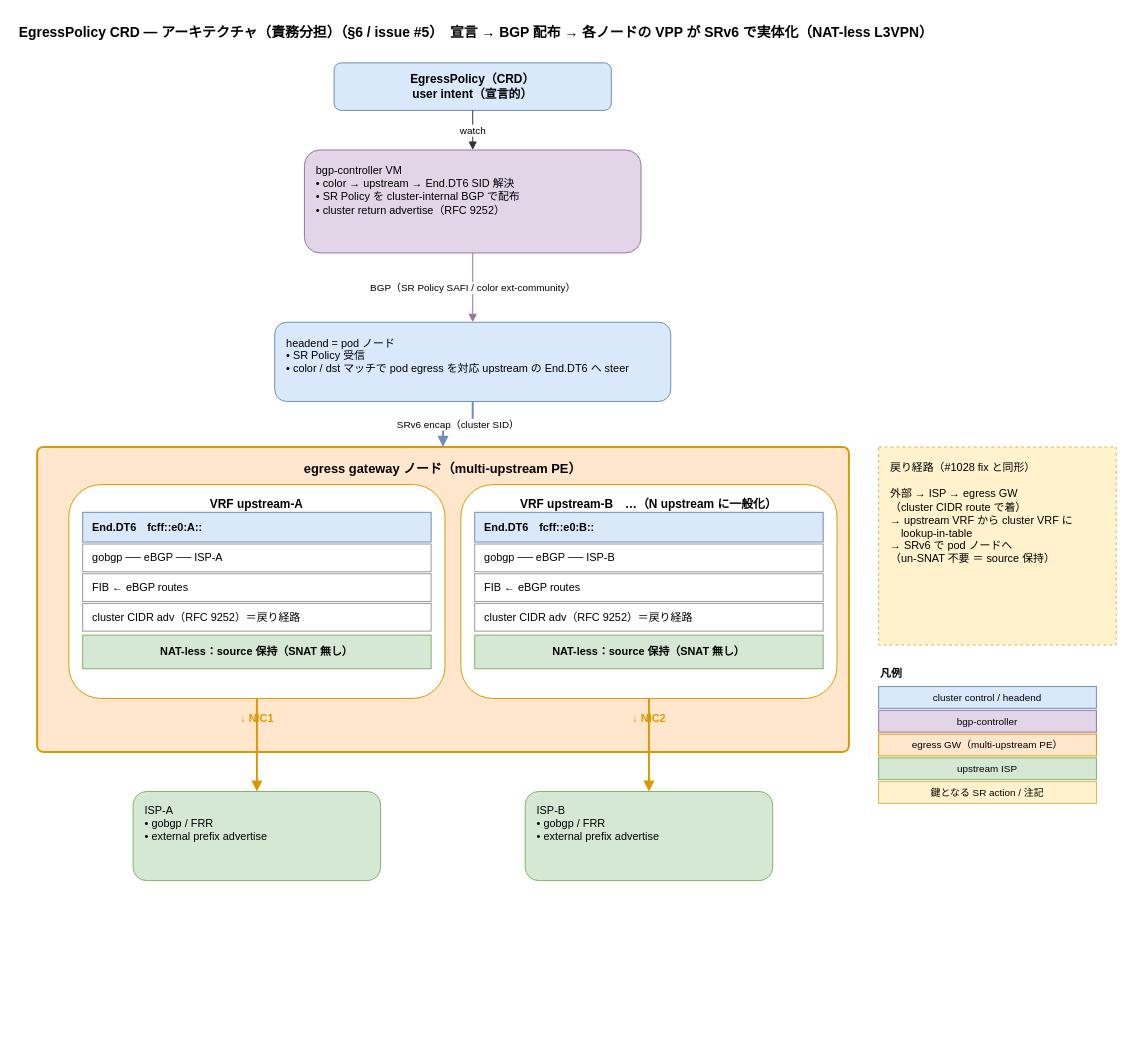
Above: srv6egress/docs/arch-responsibility.drawio in ryskn/vpp-dataplane (draw.io), before the change. Source tidied: cells renumbered, new cells numbered last; positions are measured from the earlier drawing's top-left corner, leaving out a move shared by most shapes. Both pictures are drawn from the tidied source at 99%, with x=0, y=0 at pixel (17, 17).
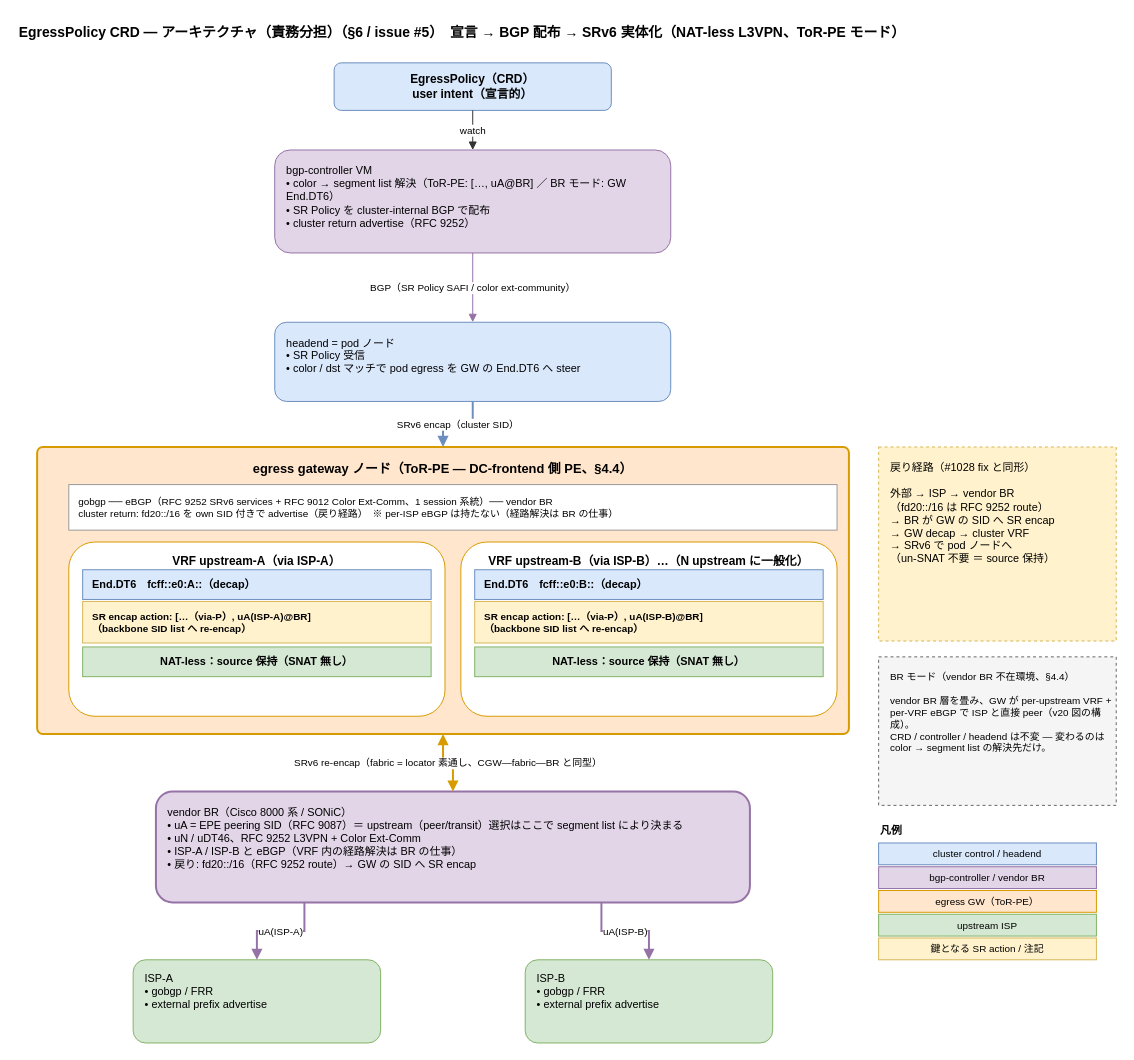
After the change.

Commit message (it also covers changes not shown here):
docs(srv6egress): update issue #5 architecture figures to ToR-PE (v22)

Diff of the diagram source:
```diff
@@
-    <mxCell id="2" value="EgressPolicy CRD — アーキテクチャ（責務分担）（§6 / issue #5）　宣言 → BGP 配布 → 各ノードの VPP が SRv6 で実体化（NAT-less L3VPN）" style="text;html=1;align=left;verticalAlign=middle;fontSize=14;fontStyle=1;" parent="1" vertex="1">
+    <mxCell id="2" value="EgressPolicy CRD — アーキテクチャ（責務分担）（§6 / issue #5）　宣言 → BGP 配布 → SRv6 実体化（NAT-less L3VPN、ToR-PE モード）" style="text;html=1;align=left;verticalAlign=middle;fontSize=14;fontStyle=1;" parent="1" vertex="1">
       <mxGeometry width="1100" height="30" as="geometry" />
     </mxCell>
@@
-    <mxCell id="4" value="bgp-controller VM&#10;• color → upstream → End.DT6 SID 解決&#10;• SR Policy を cluster-internal BGP で配布&#10;• cluster return advertise（RFC 9252）" style="rounded=1;whiteSpace=wrap;html=1;fillColor=#e1d5e7;strokeColor=#9673a6;align=left;verticalAlign=top;fontSize=11;spacingLeft=10;spacingTop=8;" parent="1" vertex="1">
-      <mxGeometry x="290" y="134" width="340" height="104" as="geometry" />
+    <mxCell id="4" value="bgp-controller VM&#10;• color → segment list 解決（ToR-PE: […, uA@BR] ／ BR モード: GW End.DT6）&#10;• SR Policy を cluster-internal BGP で配布&#10;• cluster return advertise（RFC 9252）" style="rounded=1;whiteSpace=wrap;html=1;fillColor=#e1d5e7;strokeColor=#9673a6;align=left;verticalAlign=top;fontSize=11;spacingLeft=10;spacingTop=8;" parent="1" vertex="1">
+      <mxGeometry x="260" y="134" width="400" height="104" as="geometry" />
     </mxCell>
-    <mxCell id="5" value="headend = pod ノード&#10;• SR Policy 受信&#10;• color / dst マッチで pod egress を対応 upstream の End.DT6 へ steer" style="rounded=1;whiteSpace=wrap;html=1;fillColor=#dae8fc;strokeColor=#6c8ebf;align=left;verticalAlign=top;fontSize=11;fontStyle=0;spacingLeft=10;spacingTop=8;" parent="1" vertex="1">
+    <mxCell id="5" value="headend = pod ノード&#10;• SR Policy 受信&#10;• color / dst マッチで pod egress を GW の End.DT6 へ steer" style="rounded=1;whiteSpace=wrap;html=1;fillColor=#dae8fc;strokeColor=#6c8ebf;align=left;verticalAlign=top;fontSize=11;fontStyle=0;spacingLeft=10;spacingTop=8;" parent="1" vertex="1">
       <mxGeometry x="260" y="308" width="400" height="80" as="geometry" />
     </mxCell>
-    <mxCell id="6" value="egress gateway ノード（multi-upstream PE）" style="rounded=1;whiteSpace=wrap;html=1;fillColor=#ffe6cc;strokeColor=#d79b00;strokeWidth=2;align=center;verticalAlign=top;fontSize=13;fontStyle=1;spacingTop=8;arcSize=2;" parent="1" vertex="1">
-      <mxGeometry x="20" y="434" width="820" height="308" as="geometry" />
+    <mxCell id="6" value="egress gateway ノード（ToR-PE ― DC-frontend 側 PE、§4.4）" style="rounded=1;whiteSpace=wrap;html=1;fillColor=#ffe6cc;strokeColor=#d79b00;strokeWidth=2;align=center;verticalAlign=top;fontSize=13;fontStyle=1;spacingTop=8;arcSize=2;" parent="1" vertex="1">
+      <mxGeometry x="20" y="434" width="820" height="290" as="geometry" />
     </mxCell>
+    <mxCell id="35" value="gobgp ── eBGP（RFC 9252 SRv6 services + RFC 9012 Color Ext-Comm、1 session 系統）── vendor BR&#10;cluster return: fd20::/16 を own SID 付きで advertise（戻り経路）　※ per-ISP eBGP は持たない（経路解決は BR の仕事）" style="rounded=0;whiteSpace=wrap;html=1;fillColor=#ffffff;strokeColor=#999999;align=left;verticalAlign=middle;fontSize=10;spacingLeft=8;" parent="1" vertex="1">
+      <mxGeometry x="52" y="472" width="776" height="46" as="geometry" />
+    </mxCell>
-    <mxCell id="7" value="VRF upstream-A" style="rounded=1;whiteSpace=wrap;html=1;fillColor=#ffffff;strokeColor=#d79b00;align=center;verticalAlign=top;fontSize=12;fontStyle=1;spacingTop=6;" parent="1" vertex="1">
-      <mxGeometry x="52" y="472" width="380" height="216" as="geometry" />
+    <mxCell id="7" value="VRF upstream-A（via ISP-A）" style="rounded=1;whiteSpace=wrap;html=1;fillColor=#ffffff;strokeColor=#d79b00;align=center;verticalAlign=top;fontSize=12;fontStyle=1;spacingTop=6;" parent="1" vertex="1">
+      <mxGeometry x="52" y="530" width="380" height="176" as="geometry" />
     </mxCell>
-    <mxCell id="8" value="VRF upstream-B　…（N upstream に一般化）" style="rounded=1;whiteSpace=wrap;html=1;fillColor=#ffffff;strokeColor=#d79b00;align=center;verticalAlign=top;fontSize=12;fontStyle=1;spacingTop=6;" parent="1" vertex="1">
-      <mxGeometry x="448" y="472" width="380" height="216" as="geometry" />
+    <mxCell id="8" value="VRF upstream-B（via ISP-B）…（N upstream に一般化）" style="rounded=1;whiteSpace=wrap;html=1;fillColor=#ffffff;strokeColor=#d79b00;align=center;verticalAlign=top;fontSize=12;fontStyle=1;spacingTop=6;" parent="1" vertex="1">
+      <mxGeometry x="448" y="530" width="380" height="176" as="geometry" />
     </mxCell>
-    <mxCell id="9" value="End.DT6　fcff::e0:A::" style="rounded=0;whiteSpace=wrap;html=1;fillColor=#dae8fc;strokeColor=#6c8ebf;align=left;verticalAlign=middle;fontSize=11;fontStyle=1;spacingLeft=8;" parent="1" vertex="1">
-      <mxGeometry x="66" y="500" width="352" height="30" as="geometry" />
+    <mxCell id="9" value="End.DT6　fcff::e0:A::（decap）" style="rounded=0;whiteSpace=wrap;html=1;fillColor=#dae8fc;strokeColor=#6c8ebf;align=left;verticalAlign=middle;fontSize=11;fontStyle=1;spacingLeft=8;" parent="1" vertex="1">
+      <mxGeometry x="66" y="558" width="352" height="30" as="geometry" />
     </mxCell>
-    <mxCell id="10" value="gobgp ── eBGP ── ISP-A" style="rounded=0;whiteSpace=wrap;html=1;fillColor=#ffffff;strokeColor=#999999;align=left;verticalAlign=middle;fontSize=11;spacingLeft=8;" parent="1" vertex="1">
-      <mxGeometry x="66" y="532" width="352" height="28" as="geometry" />
-    </mxCell>
-    <mxCell id="11" value="FIB ← eBGP routes" style="rounded=0;whiteSpace=wrap;html=1;fillColor=#ffffff;strokeColor=#999999;align=left;verticalAlign=middle;fontSize=11;spacingLeft=8;" parent="1" vertex="1">
-      <mxGeometry x="66" y="562" width="352" height="28" as="geometry" />
-    </mxCell>
-    <mxCell id="12" value="cluster CIDR adv（RFC 9252）＝戻り経路" style="rounded=0;whiteSpace=wrap;html=1;fillColor=#ffffff;strokeColor=#999999;align=left;verticalAlign=middle;fontSize=11;spacingLeft=8;" parent="1" vertex="1">
-      <mxGeometry x="66" y="592" width="352" height="28" as="geometry" />
-    </mxCell>
+    <mxCell id="36" value="SR encap action: […（via-P）, uA(ISP-A)@BR]&#10;（backbone SID list へ re-encap）" style="rounded=0;whiteSpace=wrap;html=1;fillColor=#fff2cc;strokeColor=#d6b656;align=left;verticalAlign=middle;fontSize=10;fontStyle=1;spacingLeft=8;" parent="1" vertex="1">
+      <mxGeometry x="66" y="590" width="352" height="42" as="geometry" />
+    </mxCell>
     <mxCell id="13" value="NAT-less：source 保持（SNAT 無し）" style="rounded=0;whiteSpace=wrap;html=1;fillColor=#d5e8d4;strokeColor=#82b366;align=center;verticalAlign=middle;fontSize=11;fontStyle=1;" parent="1" vertex="1">
-      <mxGeometry x="66" y="624" width="352" height="34" as="geometry" />
+      <mxGeometry x="66" y="636" width="352" height="30" as="geometry" />
     </mxCell>
-    <mxCell id="14" value="End.DT6　fcff::e0:B::" style="rounded=0;whiteSpace=wrap;html=1;fillColor=#dae8fc;strokeColor=#6c8ebf;align=left;verticalAlign=middle;fontSize=11;fontStyle=1;spacingLeft=8;" parent="1" vertex="1">
-      <mxGeometry x="462" y="500" width="352" height="30" as="geometry" />
+    <mxCell id="14" value="End.DT6　fcff::e0:B::（decap）" style="rounded=0;whiteSpace=wrap;html=1;fillColor=#dae8fc;strokeColor=#6c8ebf;align=left;verticalAlign=middle;fontSize=11;fontStyle=1;spacingLeft=8;" parent="1" vertex="1">
+      <mxGeometry x="462" y="558" width="352" height="30" as="geometry" />
     </mxCell>
-    <mxCell id="15" value="gobgp ── eBGP ── ISP-B" style="rounded=0;whiteSpace=wrap;html=1;fillColor=#ffffff;strokeColor=#999999;align=left;verticalAlign=middle;fontSize=11;spacingLeft=8;" parent="1" vertex="1">
-      <mxGeometry x="462" y="532" width="352" height="28" as="geometry" />
-    </mxCell>
-    <mxCell id="16" value="FIB ← eBGP routes" style="rounded=0;whiteSpace=wrap;html=1;fillColor=#ffffff;strokeColor=#999999;align=left;verticalAlign=middle;fontSize=11;spacingLeft=8;" parent="1" vertex="1">
-      <mxGeometry x="462" y="562" width="352" height="28" as="geometry" />
-    </mxCell>
-    <mxCell id="17" value="cluster CIDR adv（RFC 9252）＝戻り経路" style="rounded=0;whiteSpace=wrap;html=1;fillColor=#ffffff;strokeColor=#999999;align=left;verticalAlign=middle;fontSize=11;spacingLeft=8;" parent="1" vertex="1">
-      <mxGeometry x="462" y="592" width="352" height="28" as="geometry" />
-    </mxCell>
+    <mxCell id="37" value="SR encap action: […（via-P）, uA(ISP-B)@BR]&#10;（backbone SID list へ re-encap）" style="rounded=0;whiteSpace=wrap;html=1;fillColor=#fff2cc;strokeColor=#d6b656;align=left;verticalAlign=middle;fontSize=10;fontStyle=1;spacingLeft=8;" parent="1" vertex="1">
+      <mxGeometry x="462" y="590" width="352" height="42" as="geometry" />
+    </mxCell>
     <mxCell id="18" value="NAT-less：source 保持（SNAT 無し）" style="rounded=0;whiteSpace=wrap;html=1;fillColor=#d5e8d4;strokeColor=#82b366;align=center;verticalAlign=middle;fontSize=11;fontStyle=1;" parent="1" vertex="1">
-      <mxGeometry x="462" y="624" width="352" height="34" as="geometry" />
+      <mxGeometry x="462" y="636" width="352" height="30" as="geometry" />
     </mxCell>
-    <mxCell id="19" value="↓ NIC1" style="text;html=1;align=center;verticalAlign=middle;fontSize=11;fontStyle=1;fontColor=#d79b00;" parent="1" vertex="1">
-      <mxGeometry x="182" y="698" width="120" height="20" as="geometry" />
-    </mxCell>
-    <mxCell id="20" value="↓ NIC2" style="text;html=1;align=center;verticalAlign=middle;fontSize=11;fontStyle=1;fontColor=#d79b00;" parent="1" vertex="1">
-      <mxGeometry x="578" y="698" width="120" height="20" as="geometry" />
-    </mxCell>
+    <mxCell id="38" value="vendor BR（Cisco 8000 系 / SONiC）&#10;• uA = EPE peering SID（RFC 9087）＝ upstream（peer/transit）選択はここで segment list により決まる&#10;• uN / uDT46、RFC 9252 L3VPN + Color Ext-Comm&#10;• ISP-A / ISP-B と eBGP（VRF 内の経路解決は BR の仕事）&#10;• 戻り: fd20::/16（RFC 9252 route）→ GW の SID へ SR encap" style="rounded=1;whiteSpace=wrap;html=1;fillColor=#e1d5e7;strokeColor=#9673a6;strokeWidth=2;align=left;verticalAlign=top;fontSize=11;spacingLeft=10;spacingTop=8;" parent="1" vertex="1">
+      <mxGeometry x="140" y="782" width="600" height="112" as="geometry" />
+    </mxCell>
     <mxCell id="21" value="ISP-A&#10;• gobgp / FRR&#10;• external prefix advertise" style="rounded=1;whiteSpace=wrap;html=1;fillColor=#d5e8d4;strokeColor=#82b366;align=left;verticalAlign=top;fontSize=11;spacingLeft=10;spacingTop=6;" parent="1" vertex="1">
-      <mxGeometry x="117" y="782" width="250" height="90" as="geometry" />
+      <mxGeometry x="117" y="952" width="250" height="84" as="geometry" />
     </mxCell>
     <mxCell id="22" value="ISP-B&#10;• gobgp / FRR&#10;• external prefix advertise" style="rounded=1;whiteSpace=wrap;html=1;fillColor=#d5e8d4;strokeColor=#82b366;align=left;verticalAlign=top;fontSize=11;spacingLeft=10;spacingTop=6;" parent="1" vertex="1">
-      <mxGeometry x="513" y="782" width="250" height="90" as="geometry" />
+      <mxGeometry x="513" y="952" width="250" height="84" as="geometry" />
     </mxCell>
-    <mxCell id="23" value="戻り経路（#1028 fix と同形）&#10;&#10;外部 → ISP → egress GW&#10;（cluster CIDR route で着）&#10;→ upstream VRF から cluster VRF に&#10;　lookup-in-table&#10;→ SRv6 で pod ノードへ&#10;（un-SNAT 不要 ＝ source 保持）" style="rounded=0;whiteSpace=wrap;html=1;fillColor=#fff2cc;strokeColor=#d6b656;dashed=1;align=left;verticalAlign=top;fontSize=11;spacingLeft=10;spacingTop=8;" parent="1" vertex="1">
-      <mxGeometry x="870" y="434" width="240" height="200" as="geometry" />
+    <mxCell id="23" value="戻り経路（#1028 fix と同形）&#10;&#10;外部 → ISP → vendor BR&#10;（fd20::/16 は RFC 9252 route）&#10;→ BR が GW の SID へ SR encap&#10;→ GW decap → cluster VRF&#10;→ SRv6 で pod ノードへ&#10;（un-SNAT 不要 ＝ source 保持）" style="rounded=0;whiteSpace=wrap;html=1;fillColor=#fff2cc;strokeColor=#d6b656;dashed=1;align=left;verticalAlign=top;fontSize=11;spacingLeft=10;spacingTop=8;" parent="1" vertex="1">
+      <mxGeometry x="870" y="434" width="240" height="196" as="geometry" />
     </mxCell>
+    <mxCell id="39" value="BR モード（vendor BR 不在環境、§4.4）&#10;&#10;vendor BR 層を畳み、GW が per-upstream VRF + per-VRF eBGP で ISP と直接 peer（v20 図の構成）。&#10;CRD / controller / headend は不変 ― 変わるのは color → segment list の解決先だけ。" style="rounded=0;whiteSpace=wrap;html=1;fillColor=#f5f5f5;strokeColor=#666666;dashed=1;align=left;verticalAlign=top;fontSize=10;spacingLeft=10;spacingTop=8;" parent="1" vertex="1">
+      <mxGeometry x="870" y="646" width="240" height="150" as="geometry" />
+    </mxCell>
     <mxCell id="24" value="凡例" style="text;html=1;align=left;verticalAlign=middle;fontSize=11;fontStyle=1;" parent="1" vertex="1">
-      <mxGeometry x="870" y="654" width="200" height="18" as="geometry" />
+      <mxGeometry x="870" y="812" width="200" height="18" as="geometry" />
     </mxCell>
     <mxCell id="25" value="cluster control / headend" style="rounded=0;whiteSpace=wrap;html=1;fillColor=#dae8fc;strokeColor=#6c8ebf;align=center;verticalAlign=middle;fontSize=10;" parent="1" vertex="1">
-      <mxGeometry x="870" y="676" width="220" height="22" as="geometry" />
+      <mxGeometry x="870" y="834" width="220" height="22" as="geometry" />
     </mxCell>
-    <mxCell id="26" value="bgp-controller" style="rounded=0;whiteSpace=wrap;html=1;fillColor=#e1d5e7;strokeColor=#9673a6;align=center;verticalAlign=middle;fontSize=10;" parent="1" vertex="1">
-      <mxGeometry x="870" y="700" width="220" height="22" as="geometry" />
+    <mxCell id="26" value="bgp-controller / vendor BR" style="rounded=0;whiteSpace=wrap;html=1;fillColor=#e1d5e7;strokeColor=#9673a6;align=center;verticalAlign=middle;fontSize=10;" parent="1" vertex="1">
+      <mxGeometry x="870" y="858" width="220" height="22" as="geometry" />
     </mxCell>
-    <mxCell id="27" value="egress GW（multi-upstream PE）" style="rounded=0;whiteSpace=wrap;html=1;fillColor=#ffe6cc;strokeColor=#d79b00;align=center;verticalAlign=middle;fontSize=10;" parent="1" vertex="1">
-      <mxGeometry x="870" y="724" width="220" height="22" as="geometry" />
+    <mxCell id="27" value="egress GW（ToR-PE）" style="rounded=0;whiteSpace=wrap;html=1;fillColor=#ffe6cc;strokeColor=#d79b00;align=center;verticalAlign=middle;fontSize=10;" parent="1" vertex="1">
+      <mxGeometry x="870" y="882" width="220" height="22" as="geometry" />
     </mxCell>
     <mxCell id="28" value="upstream ISP" style="rounded=0;whiteSpace=wrap;html=1;fillColor=#d5e8d4;strokeColor=#82b366;align=center;verticalAlign=middle;fontSize=10;" parent="1" vertex="1">
-      <mxGeometry x="870" y="748" width="220" height="22" as="geometry" />
+      <mxGeometry x="870" y="906" width="220" height="22" as="geometry" />
     </mxCell>
     <mxCell id="29" value="鍵となる SR action / 注記" style="rounded=0;whiteSpace=wrap;html=1;fillColor=#fff2cc;strokeColor=#d6b656;align=center;verticalAlign=middle;fontSize=10;" parent="1" vertex="1">
-      <mxGeometry x="870" y="772" width="220" height="22" as="geometry" />
+      <mxGeometry x="870" y="930" width="220" height="22" as="geometry" />
     </mxCell>
@@
-    <mxCell id="33" style="edgeStyle=orthogonalEdgeStyle;rounded=0;html=1;endArrow=block;endFill=1;strokeColor=#d79b00;strokeWidth=2;fontSize=10;exitX=0.5;exitY=1;exitDx=0;exitDy=0;entryX=0.5;entryY=0;entryDx=0;entryDy=0;" parent="1" edge="1" source="7" target="21">
-      <mxGeometry relative="1" as="geometry" />
-    </mxCell>
-    <mxCell id="34" style="edgeStyle=orthogonalEdgeStyle;rounded=0;html=1;endArrow=block;endFill=1;strokeColor=#d79b00;strokeWidth=2;fontSize=10;exitX=0.5;exitY=1;exitDx=0;exitDy=0;entryX=0.5;entryY=0;entryDx=0;entryDy=0;" parent="1" edge="1" source="8" target="22">
-      <mxGeometry relative="1" as="geometry" />
-    </mxCell>
+    <mxCell id="40" value="SRv6 re-encap（fabric = locator 素通し、CGW—fabric—BR と同型）" style="edgeStyle=orthogonalEdgeStyle;rounded=0;html=1;endArrow=block;endFill=1;startArrow=block;startFill=1;strokeColor=#d79b00;strokeWidth=2;fontSize=10;exitX=0.5;exitY=1;exitDx=0;exitDy=0;entryX=0.5;entryY=0;entryDx=0;entryDy=0;" parent="1" edge="1" source="6" target="38">
+      <mxGeometry relative="1" as="geometry" />
+    </mxCell>
+    <mxCell id="41" value="uA(ISP-A)" style="edgeStyle=orthogonalEdgeStyle;rounded=0;html=1;endArrow=block;endFill=1;strokeColor=#9673a6;strokeWidth=2;fontSize=10;exitX=0.25;exitY=1;exitDx=0;exitDy=0;entryX=0.5;entryY=0;entryDx=0;entryDy=0;" parent="1" edge="1" source="38" target="21">
+      <mxGeometry relative="1" as="geometry" />
+    </mxCell>
+    <mxCell id="42" value="uA(ISP-B)" style="edgeStyle=orthogonalEdgeStyle;rounded=0;html=1;endArrow=block;endFill=1;strokeColor=#9673a6;strokeWidth=2;fontSize=10;exitX=0.75;exitY=1;exitDx=0;exitDy=0;entryX=0.5;entryY=0;entryDx=0;entryDy=0;" parent="1" edge="1" source="38" target="22">
+      <mxGeometry relative="1" as="geometry" />
+    </mxCell>
```
